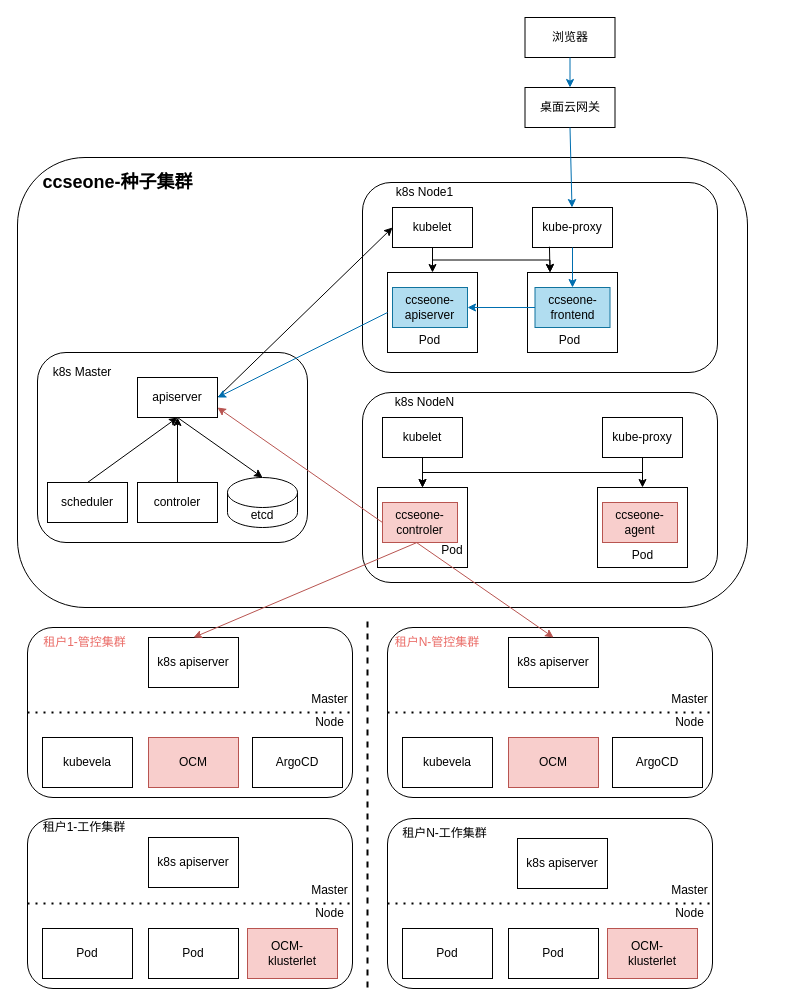
The draw.io diagram drawio/ccseone-sprint3.drawio in Tiny-VS-Lina/ccse, before the edit. Source tidied: cells renumbered, new cells numbered last; positions are measured from the earlier drawing's top-left corner, leaving out a move shared by most shapes. Both pictures are drawn from the tidied source at 100%, with x=0, y=0 at pixel (17, 17).
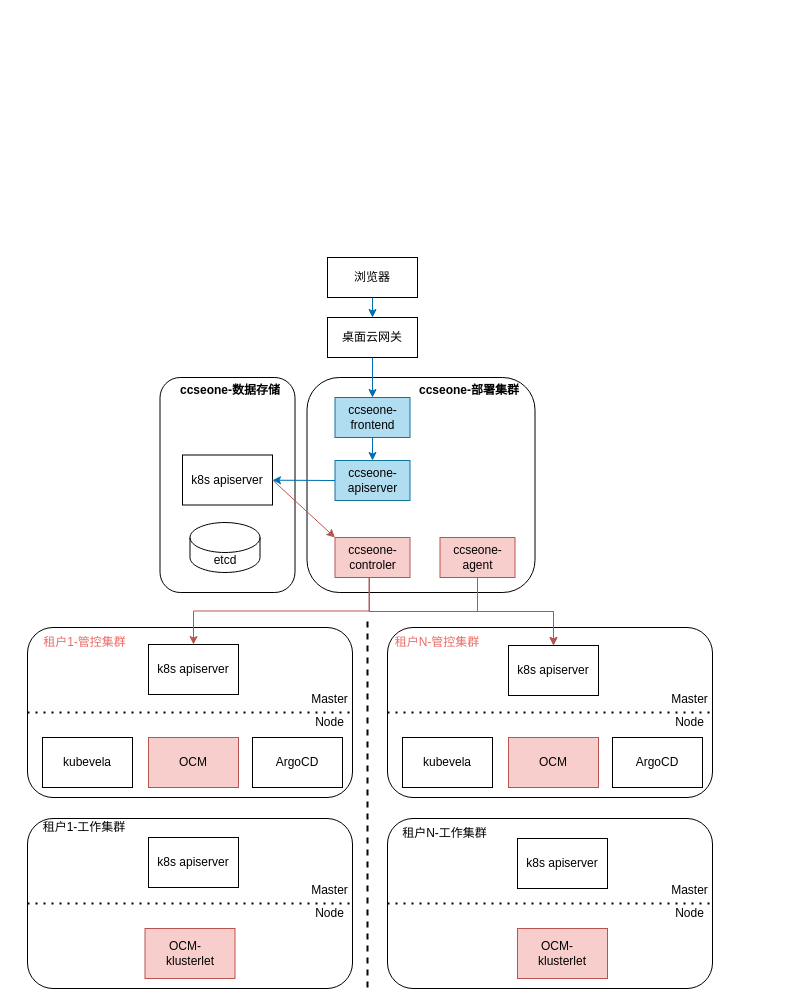
The same page after the edit.

Unchanged cells that the change refers to:
```xml
<mxCell id="48" style="group;" parent="1" vertex="1">
  <mxGeometry x="10" y="610" width="325" height="170" as="geometry" />
</mxCell>
<mxCell id="58" style="group;" parent="1" vertex="1">
  <mxGeometry x="370" y="610" width="325" height="170" as="geometry" />
</mxCell>
<mxCell id="68" style="group;" parent="1" vertex="1">
  <mxGeometry x="370" y="801" width="325" height="170" as="geometry" />
</mxCell>
```

Diff of the diagram source:
```diff
@@
-    <mxCell id="2" style="rounded=1;whiteSpace=wrap;html=1;" parent="1" vertex="1">
-      <mxGeometry y="140" width="730" height="450" as="geometry" />
-    </mxCell>
-    <mxCell id="3" style="rounded=1;whiteSpace=wrap;html=1;" parent="1" vertex="1">
-      <mxGeometry x="345" y="165" width="355" height="190" as="geometry" />
-    </mxCell>
-    <mxCell id="4" value="k8s Node1" style="text;html=1;strokeColor=none;fillColor=none;align=center;verticalAlign=middle;whiteSpace=wrap;rounded=0;" parent="1" vertex="1">
-      <mxGeometry x="365" y="160" width="85" height="30" as="geometry" />
-    </mxCell>
-    <mxCell id="5" value="kubelet" style="rounded=0;whiteSpace=wrap;html=1;" parent="1" vertex="1">
-      <mxGeometry x="375" y="190" width="80" height="40" as="geometry" />
-    </mxCell>
-    <mxCell id="6" value="kube-proxy" style="rounded=0;whiteSpace=wrap;html=1;" parent="1" vertex="1">
-      <mxGeometry x="515" y="190" width="80" height="40" as="geometry" />
-    </mxCell>
-    <mxCell id="7" style="rounded=0;whiteSpace=wrap;html=1;" parent="1" vertex="1">
-      <mxGeometry x="370" y="255" width="90" height="80" as="geometry" />
-    </mxCell>
+    <mxCell id="91" style="rounded=1;whiteSpace=wrap;html=1;" parent="1" vertex="1">
+      <mxGeometry x="289.5" y="360" width="228" height="215" as="geometry" />
+    </mxCell>
+    <mxCell id="92" style="rounded=1;whiteSpace=wrap;html=1;" parent="1" vertex="1">
+      <mxGeometry x="142.5" y="360" width="135" height="215" as="geometry" />
+    </mxCell>
     <mxCell id="8" value="ccseone-apiserver" style="rounded=0;whiteSpace=wrap;html=1;fillColor=#b1ddf0;strokeColor=#10739e;" parent="1" vertex="1">
-      <mxGeometry x="375" y="270" width="75" height="40" as="geometry" />
+      <mxGeometry x="317.5" y="443" width="75" height="40" as="geometry" />
     </mxCell>
-    <mxCell id="9" value="Pod" style="text;html=1;strokeColor=none;fillColor=none;align=center;verticalAlign=middle;whiteSpace=wrap;rounded=0;" parent="1" vertex="1">
-      <mxGeometry x="380" y="315" width="65" height="15" as="geometry" />
-    </mxCell>
-    <mxCell id="10" style="rounded=0;whiteSpace=wrap;html=1;" parent="1" vertex="1">
-      <mxGeometry x="510" y="255" width="90" height="80" as="geometry" />
-    </mxCell>
     <mxCell id="11" value="ccseone-frontend" style="rounded=0;whiteSpace=wrap;html=1;fillColor=#b1ddf0;strokeColor=#10739e;" parent="1" vertex="1">
-      <mxGeometry x="517.5" y="270" width="75" height="40" as="geometry" />
+      <mxGeometry x="317.5" y="380" width="75" height="40" as="geometry" />
     </mxCell>
-    <mxCell id="12" value="Pod" style="text;html=1;strokeColor=none;fillColor=none;align=center;verticalAlign=middle;whiteSpace=wrap;rounded=0;" parent="1" vertex="1">
-      <mxGeometry x="520" y="315" width="65" height="15" as="geometry" />
-    </mxCell>
-    <mxCell id="13" style="endArrow=classic;html=1;rounded=0;strokeColor=#006EAF;entryX=1;entryY=0.5;entryDx=0;entryDy=0;" parent="1" edge="1" source="11" target="8">
+    <mxCell id="13" style="endArrow=classic;html=1;rounded=0;strokeColor=#006EAF;" parent="1" edge="1" source="11" target="8">
       <mxGeometry relative="1" as="geometry" />
     </mxCell>
-    <mxCell id="14" style="endArrow=classic;html=1;rounded=0;exitX=0.5;exitY=1;exitDx=0;exitDy=0;strokeColor=#006EAF;entryX=0.5;entryY=0;entryDx=0;entryDy=0;" parent="1" edge="1" source="6" target="11">
-      <mxGeometry relative="1" as="geometry" />
-    </mxCell>
     <mxCell id="15" value="桌面云网关" style="rounded=0;whiteSpace=wrap;html=1;" parent="1" vertex="1">
-      <mxGeometry x="507.5" y="70" width="90" height="40" as="geometry" />
+      <mxGeometry x="310" y="300" width="90" height="40" as="geometry" />
     </mxCell>
-    <mxCell id="16" style="endArrow=classic;html=1;rounded=0;exitX=0.5;exitY=1;exitDx=0;exitDy=0;strokeColor=#006EAF;" parent="1" edge="1" source="15" target="6">
+    <mxCell id="16" style="endArrow=classic;html=1;rounded=0;exitX=0.5;exitY=1;exitDx=0;exitDy=0;strokeColor=#006EAF;entryX=0.5;entryY=0;entryDx=0;entryDy=0;" parent="1" edge="1" source="15" target="11">
       <mxGeometry relative="1" as="geometry" />
     </mxCell>
     <mxCell id="17" value="浏览器" style="rounded=0;whiteSpace=wrap;html=1;" parent="1" vertex="1">
-      <mxGeometry x="507.5" width="90" height="40" as="geometry" />
+      <mxGeometry x="310" y="240" width="90" height="40" as="geometry" />
     </mxCell>
@@
-    <mxCell id="19" style="endArrow=classic;html=1;rounded=0;" parent="1" edge="1" source="5" target="7">
-      <mxGeometry relative="1" as="geometry" />
-    </mxCell>
-    <mxCell id="20" style="rounded=1;whiteSpace=wrap;html=1;" parent="1" vertex="1">
-      <mxGeometry x="345" y="375" width="355" height="190" as="geometry" />
-    </mxCell>
-    <mxCell id="21" value="k8s NodeN" style="text;html=1;strokeColor=none;fillColor=none;align=center;verticalAlign=middle;whiteSpace=wrap;rounded=0;" parent="1" vertex="1">
-      <mxGeometry x="365" y="370" width="85" height="30" as="geometry" />
-    </mxCell>
-    <mxCell id="22" value="kubelet" style="rounded=0;whiteSpace=wrap;html=1;" parent="1" vertex="1">
-      <mxGeometry x="365" y="400" width="80" height="40" as="geometry" />
-    </mxCell>
-    <mxCell id="23" value="kube-proxy" style="rounded=0;whiteSpace=wrap;html=1;" parent="1" vertex="1">
-      <mxGeometry x="585" y="400" width="80" height="40" as="geometry" />
-    </mxCell>
-    <mxCell id="24" style="rounded=0;whiteSpace=wrap;html=1;" parent="1" vertex="1">
-      <mxGeometry x="360" y="470" width="90" height="80" as="geometry" />
-    </mxCell>
     <mxCell id="25" value="ccseone-controler" style="rounded=0;whiteSpace=wrap;html=1;fillColor=#f8cecc;strokeColor=#b85450;" parent="1" vertex="1">
-      <mxGeometry x="365" y="485" width="75" height="40" as="geometry" />
+      <mxGeometry x="317.5" y="520" width="75" height="40" as="geometry" />
     </mxCell>
-    <mxCell id="26" value="Pod" style="text;html=1;strokeColor=none;fillColor=none;align=center;verticalAlign=middle;whiteSpace=wrap;rounded=0;" parent="1" vertex="1">
-      <mxGeometry x="415" y="525" width="40" height="15" as="geometry" />
-    </mxCell>
-    <mxCell id="27" style="endArrow=classic;html=1;rounded=0;exitX=0.212;exitY=0.982;exitDx=0;exitDy=0;entryX=0.25;entryY=0;entryDx=0;entryDy=0;exitPerimeter=0;" parent="1" edge="1" source="6" target="10">
-      <mxGeometry relative="1" as="geometry" />
-    </mxCell>
-    <mxCell id="28" style="group;" parent="1" vertex="1">
-      <mxGeometry x="20" y="335" width="750" height="260" as="geometry" />
-    </mxCell>
-    <mxCell id="29" style="rounded=1;whiteSpace=wrap;html=1;" parent="28" vertex="1">
-      <mxGeometry width="270" height="190" as="geometry" />
-    </mxCell>
-    <mxCell id="30" value="etcd" style="shape=cylinder3;whiteSpace=wrap;html=1;boundedLbl=1;backgroundOutline=1;size=15;" parent="28" vertex="1">
-      <mxGeometry x="190" y="125" width="70" height="50" as="geometry" />
-    </mxCell>
-    <mxCell id="31" value="apiserver" style="rounded=0;whiteSpace=wrap;html=1;" parent="28" vertex="1">
-      <mxGeometry x="100" y="25" width="80" height="40" as="geometry" />
-    </mxCell>
-    <mxCell id="32" value="scheduler" style="rounded=0;whiteSpace=wrap;html=1;" parent="28" vertex="1">
-      <mxGeometry x="10" y="130" width="80" height="40" as="geometry" />
-    </mxCell>
-    <mxCell id="33" value="controler" style="rounded=0;whiteSpace=wrap;html=1;" parent="28" vertex="1">
-      <mxGeometry x="100" y="130" width="80" height="40" as="geometry" />
-    </mxCell>
-    <mxCell id="34" value="k8s Master" style="text;html=1;strokeColor=none;fillColor=none;align=center;verticalAlign=middle;whiteSpace=wrap;rounded=0;" parent="28" vertex="1">
-      <mxGeometry x="10" y="5" width="70" height="30" as="geometry" />
-    </mxCell>
-    <mxCell id="35" style="endArrow=classic;html=1;rounded=0;entryX=0.5;entryY=1;entryDx=0;entryDy=0;exitX=0.5;exitY=0;exitDx=0;exitDy=0;" parent="28" edge="1" source="32" target="31">
-      <mxGeometry relative="1" as="geometry" />
-    </mxCell>
-    <mxCell id="36" style="endArrow=classic;html=1;rounded=0;entryX=0.5;entryY=1;entryDx=0;entryDy=0;exitX=0.5;exitY=0;exitDx=0;exitDy=0;" parent="28" edge="1" source="33" target="31">
-      <mxGeometry relative="1" as="geometry" />
-    </mxCell>
-    <mxCell id="37" style="endArrow=classic;html=1;rounded=0;exitX=0.5;exitY=1;exitDx=0;exitDy=0;entryX=0.5;entryY=0;entryDx=0;entryDy=0;entryPerimeter=0;" parent="28" edge="1" source="31" target="30">
-      <mxGeometry relative="1" as="geometry" />
-    </mxCell>
-    <mxCell id="38" style="endArrow=classic;html=1;rounded=0;exitX=1;exitY=0.5;exitDx=0;exitDy=0;entryX=0;entryY=0.5;entryDx=0;entryDy=0;" parent="1" edge="1" source="31" target="5">
-      <mxGeometry relative="1" as="geometry" />
-    </mxCell>
-    <mxCell id="39" style="endArrow=classic;html=1;rounded=0;entryX=1;entryY=0.5;entryDx=0;entryDy=0;exitX=0;exitY=0.5;exitDx=0;exitDy=0;strokeColor=#006EAF;fillColor=#f8cecc;gradientColor=#ea6b66;" parent="1" edge="1" source="7" target="31">
-      <mxGeometry relative="1" as="geometry" />
-    </mxCell>
-    <mxCell id="40" style="endArrow=classic;html=1;rounded=0;entryX=1;entryY=0.75;entryDx=0;entryDy=0;exitX=0;exitY=0.5;exitDx=0;exitDy=0;fillColor=#f8cecc;strokeColor=#b85450;" parent="1" edge="1" source="25" target="31">
-      <mxGeometry relative="1" as="geometry" />
-    </mxCell>
-    <mxCell id="41" style="endArrow=classic;html=1;rounded=0;exitX=0.5;exitY=1;exitDx=0;exitDy=0;" parent="1" edge="1" source="22" target="24">
-      <mxGeometry relative="1" as="geometry" />
-    </mxCell>
-    <mxCell id="42" style="endArrow=classic;html=1;rounded=0;exitX=0.5;exitY=1;exitDx=0;exitDy=0;entryX=0.25;entryY=0;entryDx=0;entryDy=0;edgeStyle=orthogonalEdgeStyle;" parent="1" edge="1" source="5" target="10">
-      <mxGeometry relative="1" as="geometry" />
-    </mxCell>
-    <mxCell id="43" style="endArrow=classic;html=1;rounded=0;exitX=0.5;exitY=1;exitDx=0;exitDy=0;entryX=0.5;entryY=0;entryDx=0;entryDy=0;edgeStyle=orthogonalEdgeStyle;" parent="1" edge="1" source="23" target="24">
-      <mxGeometry relative="1" as="geometry" />
-    </mxCell>
-    <mxCell id="44" style="rounded=0;whiteSpace=wrap;html=1;" parent="1" vertex="1">
-      <mxGeometry x="580" y="470" width="90" height="80" as="geometry" />
-    </mxCell>
     <mxCell id="45" value="ccseone-agent" style="rounded=0;whiteSpace=wrap;html=1;fillColor=#f8cecc;strokeColor=#b85450;" parent="1" vertex="1">
-      <mxGeometry x="585" y="485" width="75" height="40" as="geometry" />
+      <mxGeometry x="422.5" y="520" width="75" height="40" as="geometry" />
     </mxCell>
-    <mxCell id="46" value="Pod" style="text;html=1;strokeColor=none;fillColor=none;align=center;verticalAlign=middle;whiteSpace=wrap;rounded=0;" parent="1" vertex="1">
-      <mxGeometry x="592.5" y="530" width="65" height="15" as="geometry" />
-    </mxCell>
-    <mxCell id="47" style="endArrow=classic;html=1;rounded=0;entryX=0.5;entryY=0;entryDx=0;entryDy=0;exitX=0.5;exitY=1;exitDx=0;exitDy=0;" parent="1" edge="1" source="23" target="44">
-      <mxGeometry relative="1" as="geometry" />
-    </mxCell>
@@
     <mxCell id="53" value="k8s apiserver" style="rounded=0;whiteSpace=wrap;html=1;" parent="48" vertex="1">
-      <mxGeometry x="121" y="10" width="90" height="50" as="geometry" />
+      <mxGeometry x="121" y="17" width="90" height="50" as="geometry" />
     </mxCell>
@@
     <mxCell id="63" value="k8s apiserver" style="rounded=0;whiteSpace=wrap;html=1;" parent="58" vertex="1">
-      <mxGeometry x="121" y="10" width="90" height="50" as="geometry" />
+      <mxGeometry x="121" y="18" width="90" height="50" as="geometry" />
     </mxCell>
@@
-    <mxCell id="70" value="Pod" style="rounded=0;whiteSpace=wrap;html=1;" parent="68" vertex="1">
-      <mxGeometry x="15" y="110" width="90" height="50" as="geometry" />
-    </mxCell>
-    <mxCell id="71" value="Pod" style="rounded=0;whiteSpace=wrap;html=1;" parent="68" vertex="1">
-      <mxGeometry x="121" y="110" width="90" height="50" as="geometry" />
-    </mxCell>
@@
     <mxCell id="77" value="OCM-&amp;nbsp; &amp;nbsp; klusterlet" style="rounded=0;whiteSpace=wrap;html=1;fillColor=#f8cecc;strokeColor=#b85450;" parent="68" vertex="1">
-      <mxGeometry x="220" y="110" width="90" height="50" as="geometry" />
+      <mxGeometry x="130" y="110" width="90" height="50" as="geometry" />
     </mxCell>
@@
-    <mxCell id="79" style="endArrow=classic;html=1;rounded=0;entryX=0.5;entryY=0;entryDx=0;entryDy=0;exitX=0.459;exitY=1.001;exitDx=0;exitDy=0;exitPerimeter=0;fillColor=#f8cecc;strokeColor=#b85450;" parent="1" edge="1" source="25" target="53">
+    <mxCell id="79" style="endArrow=classic;html=1;rounded=0;entryX=0.5;entryY=0;entryDx=0;entryDy=0;exitX=0.459;exitY=1.001;exitDx=0;exitDy=0;exitPerimeter=0;fillColor=#f8cecc;strokeColor=#b85450;edgeStyle=orthogonalEdgeStyle;" parent="1" edge="1" source="25" target="53">
       <mxGeometry relative="1" as="geometry" />
     </mxCell>
-    <mxCell id="80" style="endArrow=classic;html=1;rounded=0;entryX=0.5;entryY=0;entryDx=0;entryDy=0;exitX=0.454;exitY=1.001;exitDx=0;exitDy=0;exitPerimeter=0;fillColor=#f8cecc;strokeColor=#b85450;" parent="1" edge="1" source="25" target="63">
+    <mxCell id="80" style="endArrow=classic;html=1;rounded=0;entryX=0.5;entryY=0;entryDx=0;entryDy=0;exitX=0.454;exitY=1.001;exitDx=0;exitDy=0;exitPerimeter=0;fillColor=#f8cecc;strokeColor=#b85450;edgeStyle=orthogonalEdgeStyle;" parent="1" edge="1" source="25" target="63">
       <mxGeometry relative="1" as="geometry" />
     </mxCell>
@@
-    <mxCell id="82" value="Pod" style="rounded=0;whiteSpace=wrap;html=1;" parent="1" vertex="1">
-      <mxGeometry x="25" y="911" width="90" height="50" as="geometry" />
-    </mxCell>
-    <mxCell id="83" value="Pod" style="rounded=0;whiteSpace=wrap;html=1;" parent="1" vertex="1">
-      <mxGeometry x="131" y="911" width="90" height="50" as="geometry" />
-    </mxCell>
@@
     <mxCell id="89" value="OCM-&amp;nbsp; &amp;nbsp; klusterlet" style="rounded=0;whiteSpace=wrap;html=1;fillColor=#f8cecc;strokeColor=#b85450;" parent="1" vertex="1">
-      <mxGeometry x="230" y="911" width="90" height="50" as="geometry" />
+      <mxGeometry x="127.5" y="911" width="90" height="50" as="geometry" />
     </mxCell>
-    <mxCell id="90" value="&lt;b&gt;ccseone-种子集群&lt;/b&gt;" style="text;html=1;strokeColor=none;fillColor=none;align=center;verticalAlign=middle;whiteSpace=wrap;rounded=0;fontSize=18;" parent="1" vertex="1">
-      <mxGeometry x="22.5" y="150" width="155" height="30" as="geometry" />
-    </mxCell>
+    <mxCell id="93" value="k8s apiserver" style="rounded=0;whiteSpace=wrap;html=1;" parent="1" vertex="1">
+      <mxGeometry x="165" y="437.5" width="90" height="50" as="geometry" />
+    </mxCell>
+    <mxCell id="94" value="&lt;b style=&quot;border-color: var(--border-color); font-size: 12px;&quot;&gt;ccseone-数据存储&lt;/b&gt;" style="text;html=1;strokeColor=none;fillColor=none;align=center;verticalAlign=middle;whiteSpace=wrap;rounded=0;fontSize=12;" parent="1" vertex="1">
+      <mxGeometry x="147.5" y="360" width="130" height="25" as="geometry" />
+    </mxCell>
+    <mxCell id="30" value="etcd" style="shape=cylinder3;whiteSpace=wrap;html=1;boundedLbl=1;backgroundOutline=1;size=15;" parent="1" vertex="1">
+      <mxGeometry x="172.5" y="505" width="70" height="50" as="geometry" />
+    </mxCell>
+    <mxCell id="95" style="endArrow=classic;html=1;rounded=0;strokeColor=#006EAF;exitX=0;exitY=0.5;exitDx=0;exitDy=0;" parent="1" edge="1" source="8" target="93">
+      <mxGeometry relative="1" as="geometry" />
+    </mxCell>
+    <mxCell id="96" style="endArrow=classic;html=1;rounded=0;entryX=0;entryY=0;entryDx=0;entryDy=0;exitX=1;exitY=0.5;exitDx=0;exitDy=0;fillColor=#f8cecc;strokeColor=#b85450;" parent="1" edge="1" source="93" target="25">
+      <mxGeometry relative="1" as="geometry" />
+    </mxCell>
+    <mxCell id="97" style="endArrow=classic;html=1;rounded=0;entryX=0.5;entryY=0;entryDx=0;entryDy=0;exitX=0.5;exitY=1;exitDx=0;exitDy=0;fillColor=#f8cecc;strokeColor=#b85450;edgeStyle=orthogonalEdgeStyle;" parent="1" edge="1" source="45" target="63">
+      <mxGeometry relative="1" as="geometry" />
+    </mxCell>
+    <mxCell id="98" value="&lt;b style=&quot;border-color: var(--border-color); font-size: 12px;&quot;&gt;ccseone-部署集群&lt;/b&gt;" style="text;html=1;strokeColor=none;fillColor=none;align=center;verticalAlign=middle;whiteSpace=wrap;rounded=0;fontSize=12;" parent="1" vertex="1">
+      <mxGeometry x="387" y="360" width="130" height="25" as="geometry" />
+    </mxCell>
```
